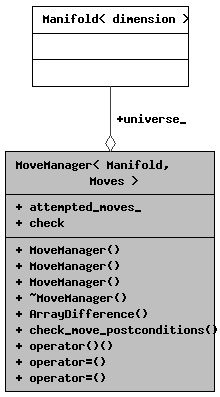
Before: class_move_manager__coll__graph.png, a diagram exported from Graphviz (acgetchell/CDT-plusplus). Its source is kept beside it as class_move_manager__coll__graph.dot. The source it was exported from:
```dot
digraph "MoveManager&lt; Manifold, Moves &gt;"
{
  edge [fontname="Helvetica",fontsize="10",labelfontname="Helvetica",labelfontsize="10"];
  node [fontname="Helvetica",fontsize="10",shape=record];
  Node1 [label="{MoveManager\< Manifold,\l Moves \>\n|+ attempted_moves_\l+ check\l|+ MoveManager()\l+ MoveManager()\l+ MoveManager()\l+ ~MoveManager()\l+ ArrayDifference()\l+ check_move_postconditions()\l+ operator()()\l+ operator=()\l+ operator=()\l}",height=0.2,width=0.4,color="black", fillcolor="grey75", style="filled", fontcolor="black",tooltip="RAII Function object to handle moves."];
  Node2 -> Node1 [color="grey25",fontsize="10",style="solid",label=" +universe_" ,arrowhead="odiamond",fontname="Helvetica"];
  Node2 [label="{Manifold\< dimension \>\n||}",height=0.2,width=0.4,color="black", fillcolor="white", style="filled",URL="$class_manifold.html",tooltip=" "];
}
```
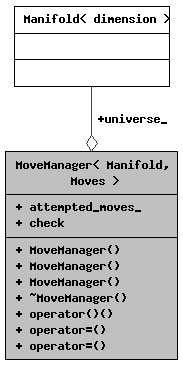
The same diagram one commit later.

Change to the diagram source:
```diff
@@ -2,7 +2,7 @@
 {
   edge [fontname="Helvetica",fontsize="10",labelfontname="Helvetica",labelfontsize="10"];
   node [fontname="Helvetica",fontsize="10",shape=record];
-  Node1 [label="{MoveManager\< Manifold,\l Moves \>\n|+ attempted_moves_\l+ check\l|+ MoveManager()\l+ MoveManager()\l+ MoveManager()\l+ ~MoveManager()\l+ ArrayDifference()\l+ check_move_postconditions()\l+ operator()()\l+ operator=()\l+ operator=()\l}",height=0.2,width=0.4,color="black", fillcolor="grey75", style="filled", fontcolor="black",tooltip="RAII Function object to handle moves."];
+  Node1 [label="{MoveManager\< Manifold,\l Moves \>\n|+ attempted_moves_\l+ check\l|+ MoveManager()\l+ MoveManager()\l+ MoveManager()\l+ ~MoveManager()\l+ operator()()\l+ operator=()\l+ operator=()\l}",height=0.2,width=0.4,color="black", fillcolor="grey75", style="filled", fontcolor="black",tooltip="RAII Function object to handle moves."];
   Node2 -> Node1 [color="grey25",fontsize="10",style="solid",label=" +universe_" ,arrowhead="odiamond",fontname="Helvetica"];
   Node2 [label="{Manifold\< dimension \>\n||}",height=0.2,width=0.4,color="black", fillcolor="white", style="filled",URL="$class_manifold.html",tooltip=" "];
 }
```
